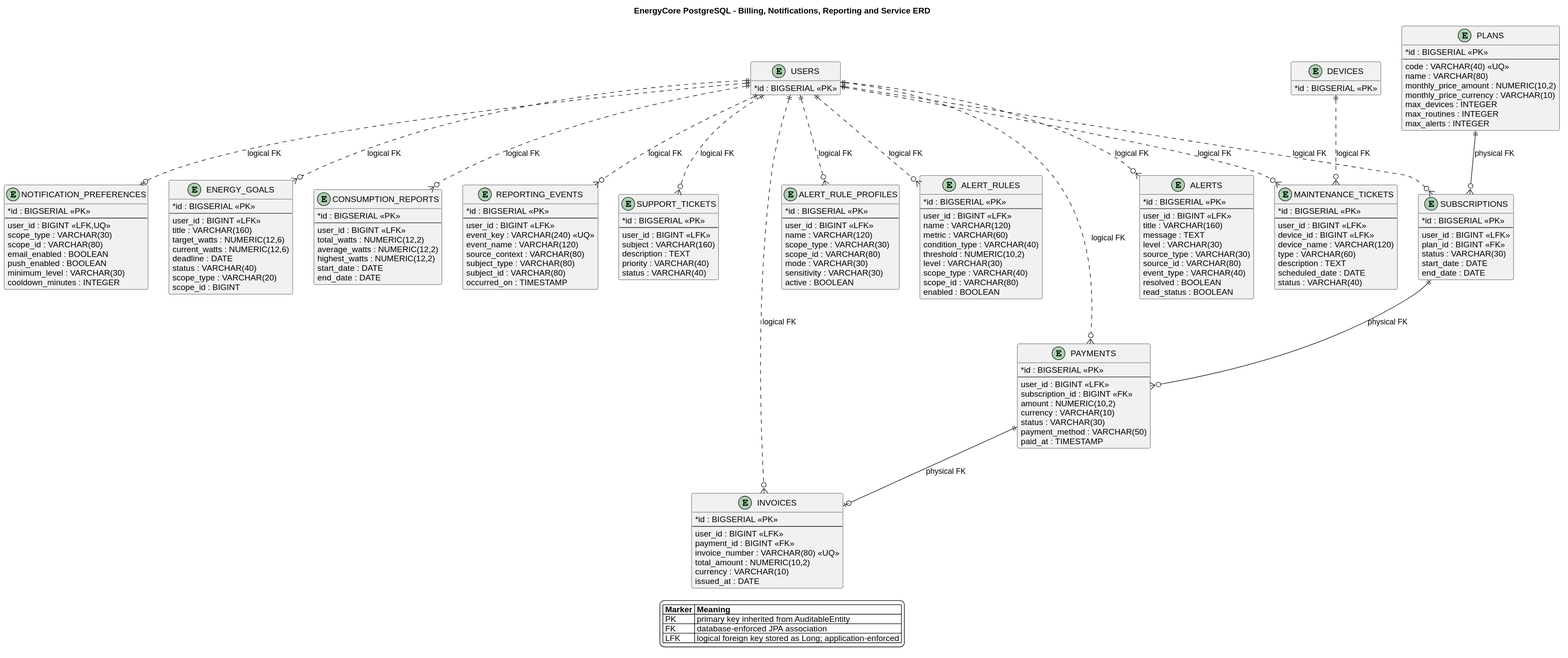
Before: assets/architecture/database-support.svg, a diagram exported from PlantUML (teralume/energycore-report).
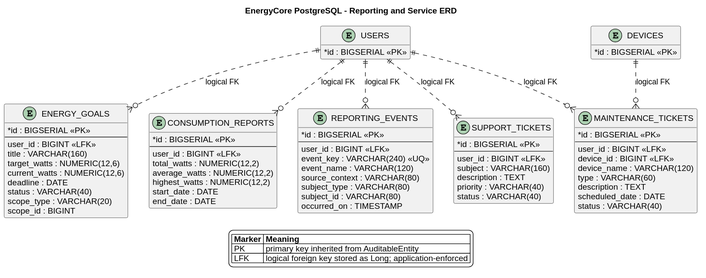
Above is the later version.

Commit message:
docs(database): improve ERD legibility in TB1 PDF

Diff of the diagram source:
```diff
@@ -1,5 +1,5 @@
 @startuml
-title EnergyCore PostgreSQL - Billing, Notifications, Reporting and Service ERD
+title EnergyCore PostgreSQL - Reporting and Service ERD
 hide methods
 hide stereotypes
 skinparam backgroundColor white
@@ -12,95 +12,6 @@
 }
 entity DEVICES {
   * id : BIGSERIAL <<PK>>
-}
-entity PLANS {
-  * id : BIGSERIAL <<PK>>
-  --
-  code : VARCHAR(40) <<UQ>>
-  name : VARCHAR(80)
-  monthly_price_amount : NUMERIC(10,2)
-  monthly_price_currency : VARCHAR(10)
-  max_devices : INTEGER
-  max_routines : INTEGER
-  max_alerts : INTEGER
-}
-entity SUBSCRIPTIONS {
-  * id : BIGSERIAL <<PK>>
-  --
-  user_id : BIGINT <<LFK>>
-  plan_id : BIGINT <<FK>>
-  status : VARCHAR(30)
-  start_date : DATE
-  end_date : DATE
-}
-entity PAYMENTS {
-  * id : BIGSERIAL <<PK>>
-  --
-  user_id : BIGINT <<LFK>>
-  subscription_id : BIGINT <<FK>>
-  amount : NUMERIC(10,2)
-  currency : VARCHAR(10)
-  status : VARCHAR(30)
-  payment_method : VARCHAR(50)
-  paid_at : TIMESTAMP
-}
-entity INVOICES {
-  * id : BIGSERIAL <<PK>>
-  --
-  user_id : BIGINT <<LFK>>
-  payment_id : BIGINT <<FK>>
-  invoice_number : VARCHAR(80) <<UQ>>
-  total_amount : NUMERIC(10,2)
-  currency : VARCHAR(10)
-  issued_at : DATE
-}
-entity ALERT_RULE_PROFILES {
-  * id : BIGSERIAL <<PK>>
-  --
-  user_id : BIGINT <<LFK>>
-  name : VARCHAR(120)
-  scope_type : VARCHAR(30)
-  scope_id : VARCHAR(80)
-  mode : VARCHAR(30)
-  sensitivity : VARCHAR(30)
-  active : BOOLEAN
-}
-entity ALERT_RULES {
-  * id : BIGSERIAL <<PK>>
-  --
-  user_id : BIGINT <<LFK>>
-  name : VARCHAR(120)
-  metric : VARCHAR(60)
-  condition_type : VARCHAR(40)
-  threshold : NUMERIC(10,2)
-  level : VARCHAR(30)
-  scope_type : VARCHAR(40)
-  scope_id : VARCHAR(80)
-  enabled : BOOLEAN
-}
-entity ALERTS {
-  * id : BIGSERIAL <<PK>>
-  --
-  user_id : BIGINT <<LFK>>
-  title : VARCHAR(160)
-  message : TEXT
-  level : VARCHAR(30)
-  source_type : VARCHAR(30)
-  source_id : VARCHAR(80)
-  event_type : VARCHAR(40)
-  resolved : BOOLEAN
-  read_status : BOOLEAN
-}
-entity NOTIFICATION_PREFERENCES {
-  * id : BIGSERIAL <<PK>>
-  --
-  user_id : BIGINT <<LFK,UQ>>
-  scope_type : VARCHAR(30)
-  scope_id : VARCHAR(80)
-  email_enabled : BOOLEAN
-  push_enabled : BOOLEAN
-  minimum_level : VARCHAR(30)
-  cooldown_minutes : INTEGER
 }
 entity ENERGY_GOALS {
   * id : BIGSERIAL <<PK>>
@@ -156,16 +67,6 @@
   status : VARCHAR(40)
 }
 
-USERS ||..o{ SUBSCRIPTIONS : logical FK
-PLANS ||--o{ SUBSCRIPTIONS : physical FK
-SUBSCRIPTIONS ||--o{ PAYMENTS : physical FK
-USERS ||..o{ PAYMENTS : logical FK
-PAYMENTS ||--o| INVOICES : physical FK
-USERS ||..o{ INVOICES : logical FK
-USERS ||..o{ ALERT_RULE_PROFILES : logical FK
-USERS ||..o{ ALERT_RULES : logical FK
-USERS ||..o{ ALERTS : logical FK
-USERS ||..o| NOTIFICATION_PREFERENCES : logical FK
 USERS ||..o{ ENERGY_GOALS : logical FK
 USERS ||..o{ CONSUMPTION_REPORTS : logical FK
 USERS ||..o{ REPORTING_EVENTS : logical FK
@@ -176,7 +77,6 @@
 legend bottom
   |= Marker |= Meaning |
   | PK | primary key inherited from AuditableEntity |
-  | FK | database-enforced JPA association |
   | LFK | logical foreign key stored as Long; application-enforced |
 endlegend
 @enduml
```
